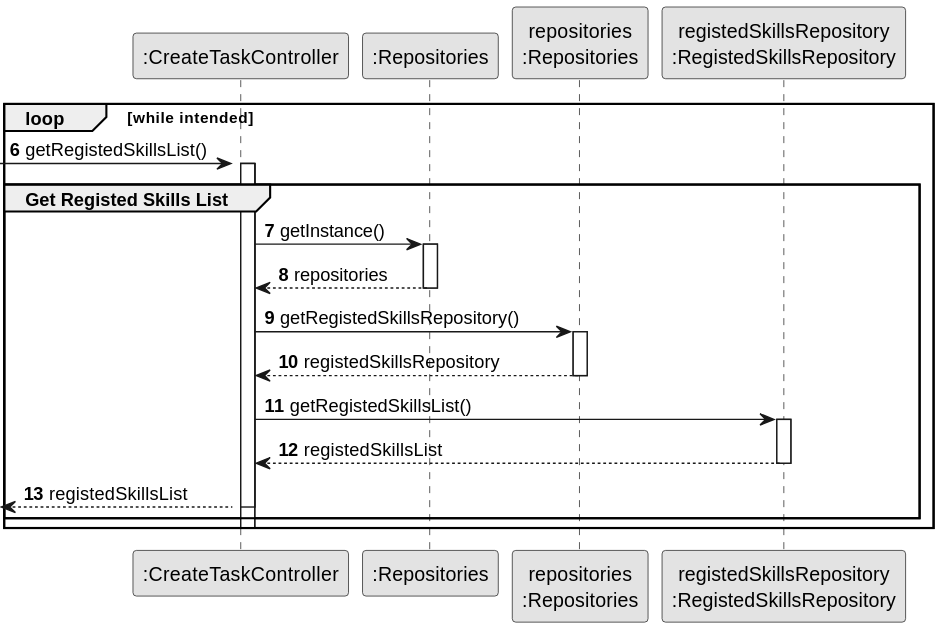
This is docs/sprint2/us005/03.design/svg/us005-sequence-diagram-partial-registed-skills-list.svg from 1231360-ISEP/lei-24-s2-1db-g021, a PlantUML export, as it was before one commit.
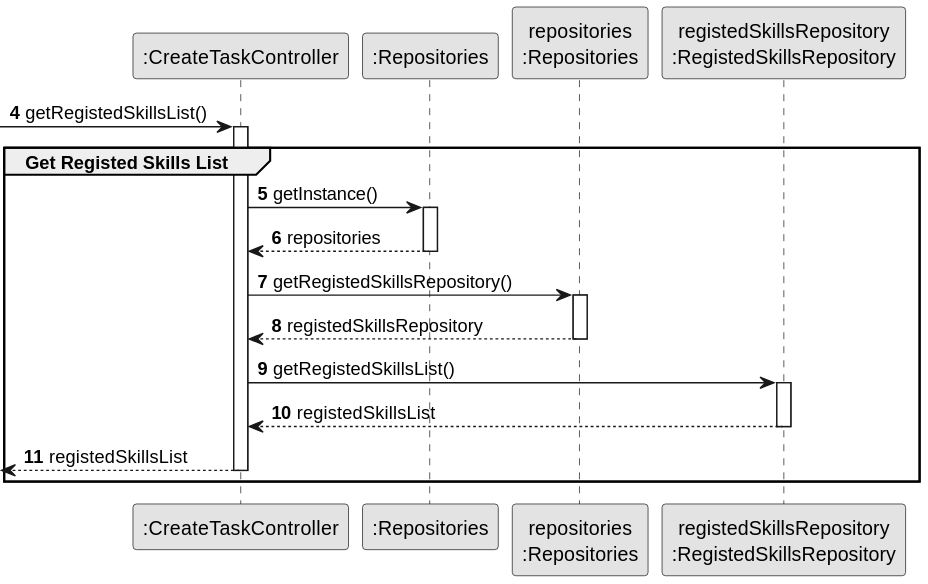
After the change.

Commit message:
Update US05 - Sequence Diagram Split, Full and Partial and SVG´s

What changed in the source:
```diff
@@ -10,41 +10,33 @@
 participant "repositories\n:Repositories" as PLAT
 participant "registedSkillsRepository\n:RegistedSkillsRepository" as RegistedSkillsRepository
 
-autonumber 6
-
-loop while intended
-
+autonumber 4
 -> CTRL : getRegistedSkillsList()
 
-    activate CTRL
+activate CTRL
 
-    group Get Registed Skills List
+group Get Registed Skills List
 
-    activate CTRL
+    CTRL -> RepositorySingleton : getInstance()
+activate RepositorySingleton
 
-        CTRL -> RepositorySingleton : getInstance()
-    activate RepositorySingleton
+RepositorySingleton --> CTRL: repositories
+deactivate RepositorySingleton
 
-    RepositorySingleton --> CTRL: repositories
-    deactivate RepositorySingleton
+    CTRL -> PLAT : getRegistedSkillsRepository()
+activate PLAT
 
-        CTRL -> PLAT : getRegistedSkillsRepository()
-    activate PLAT
+PLAT --> CTRL: registedSkillsRepository
+deactivate PLAT
 
-    PLAT --> CTRL: registedSkillsRepository
-    deactivate PLAT
+    CTRL -> RegistedSkillsRepository : getRegistedSkillsList()
+activate RegistedSkillsRepository
 
-        CTRL -> RegistedSkillsRepository : getRegistedSkillsList()
-    activate RegistedSkillsRepository
+RegistedSkillsRepository --> CTRL : registedSkillsList
+deactivate RegistedSkillsRepository
 
-    RegistedSkillsRepository --> CTRL : registedSkillsList
-    deactivate RegistedSkillsRepository
+<-- CTRL : registedSkillsList
+deactivate CTRL
 
-    <-- CTRL : registedSkillsList
-    deactivate CTRL
-
-    end
-
-deactivate CTRL
 end
 @enduml
```
